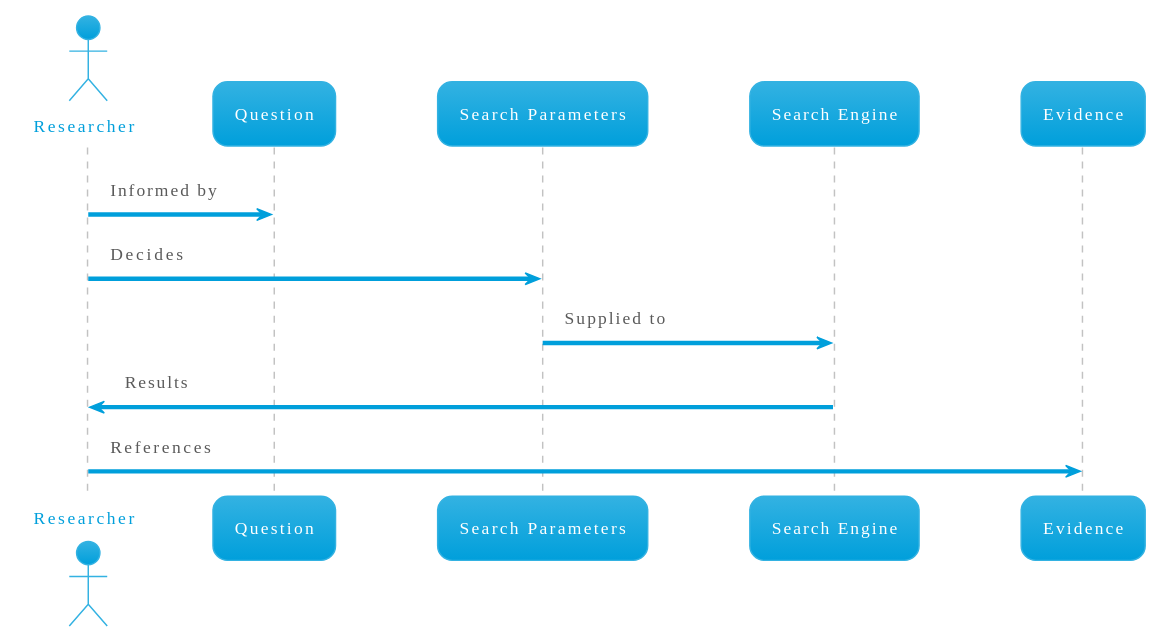
This is docs/diagrams/out/research.svg from chronicleworks/chronicle, a PlantUML export, as it was before one commit.
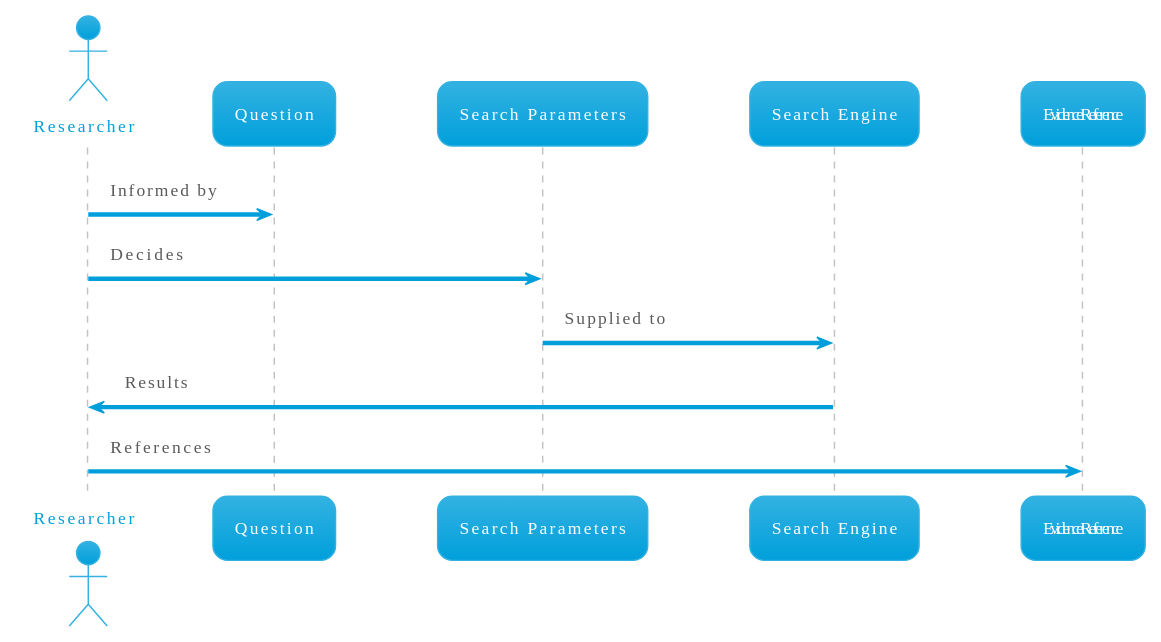
Later version of the same file.

The edit, as a diff of the source:
```diff
@@ -7,5 +7,5 @@
 Researcher -> "Search Parameters" : Decides
 "Search Parameters" -> "Search Engine" : Supplied to
 Researcher <- "Search Engine" : Results
-Researcher -> Evidence : References
+Researcher -> EvidenceReference : References
 @enduml
```
